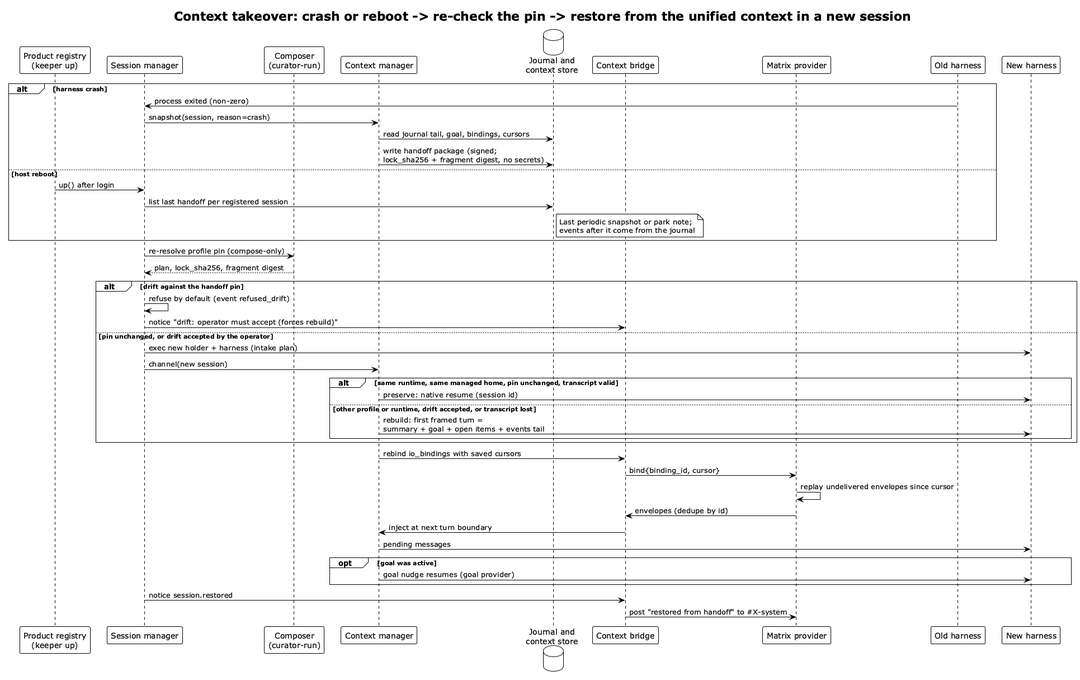
Earlier version of the PlantUML export diagrams/artefacts/plantuml/context-takeover.png (relux-works/swarm-platform-architecture).
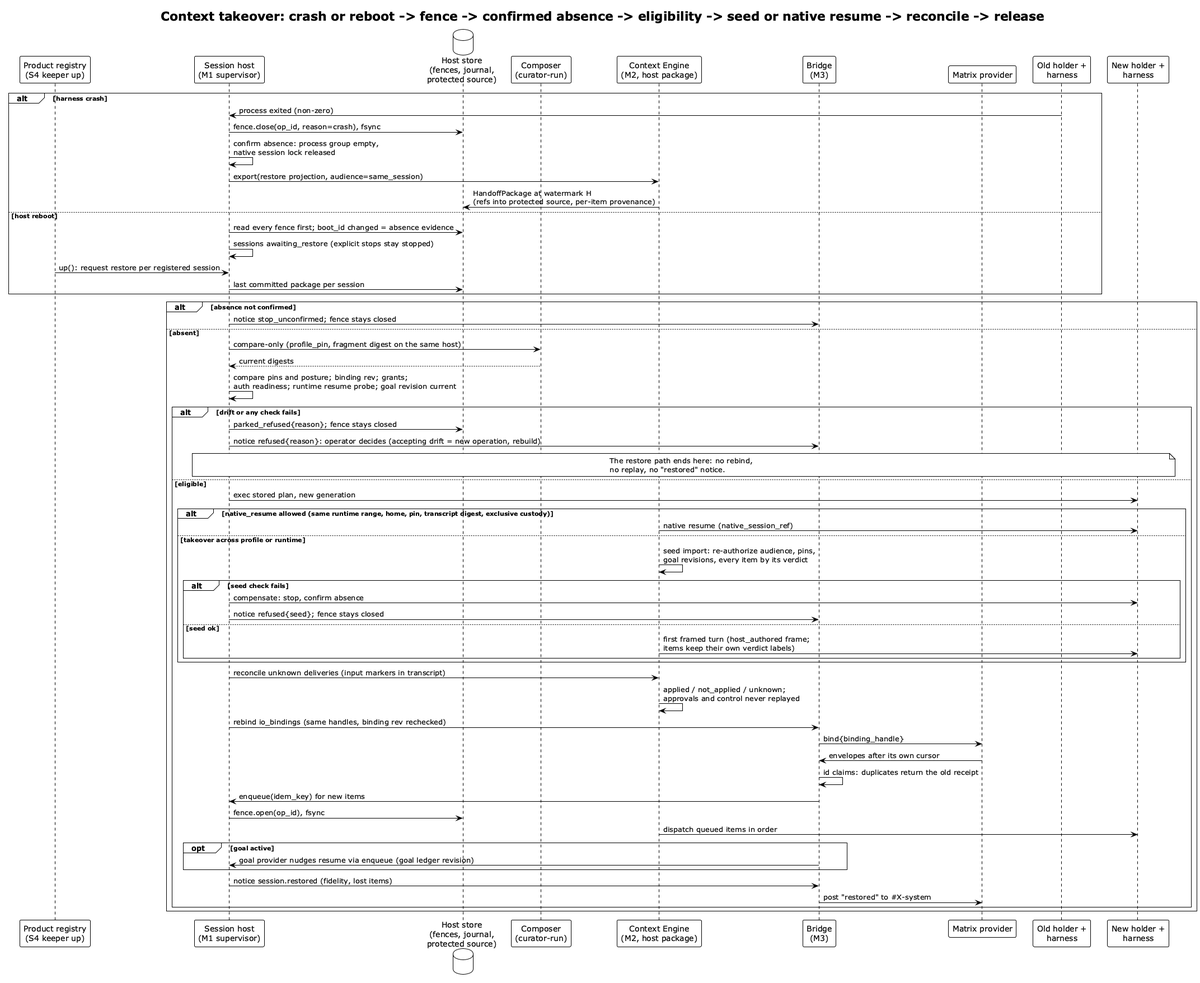
The same diagram one commit later.

What changed in the source:
```diff
@@ -1,55 +1,70 @@
 @startuml context-takeover
 !theme plain
-title Context takeover: crash or reboot -> re-check the pin -> restore from the unified context in a new session
+title Context takeover: crash or reboot -> fence -> confirmed absence -> eligibility -> seed or native resume -> reconcile -> release
 
-participant "Product registry\n(keeper up)" as Reg
-participant "Session manager" as SM
+participant "Product registry\n(S4 keeper up)" as Reg
+participant "Session host\n(M1 supervisor)" as SH
+database "Host store\n(fences, journal,\nprotected source)" as HS
 participant "Composer\n(curator-run)" as C
-participant "Context manager" as CM
-database "Journal and\ncontext store" as JS
-participant "Context bridge" as BR
+participant "Context Engine\n(M2, host package)" as CE
+participant "Bridge\n(M3)" as BR
 participant "Matrix provider" as MP
-participant "Old harness" as H1
-participant "New harness" as H2
+participant "Old holder +\nharness" as H1
+participant "New holder +\nharness" as H2
 
 alt harness crash
-  H1 -> SM: process exited (non-zero)
-  SM -> CM: snapshot(session, reason=crash)
-  CM -> JS: read journal tail, goal, bindings, cursors
-  CM -> JS: write handoff package (signed;\nlock_sha256 + fragment digest, no secrets)
+  H1 -> SH: process exited (non-zero)
+  SH -> HS: fence.close(op_id, reason=crash), fsync
+  SH -> SH: confirm absence: process group empty,\nnative session lock released
+  SH -> CE: export(restore projection, audience=same_session)
+  CE -> HS: HandoffPackage at watermark H\n(refs into protected source, per-item provenance)
 else host reboot
-  Reg -> SM: up() after login
-  SM -> JS: list last handoff per registered session
-  note right of JS
-    Last periodic snapshot or park note;
-    events after it come from the journal
-  end note
+  SH -> HS: read every fence first; boot_id changed = absence evidence
+  SH -> SH: sessions awaiting_restore (explicit stops stay stopped)
+  Reg -> SH: up(): request restore per registered session
+  SH -> HS: last committed package per session
 end
 
-SM -> C: re-resolve profile pin (compose-only)
-C --> SM: plan, lock_sha256, fragment digest
-alt drift against the handoff pin
-  SM -> SM: refuse by default (event refused_drift)
-  SM -> BR: notice "drift: operator must accept (forces rebuild)"
-else pin unchanged, or drift accepted by the operator
-  SM -> H2: exec new holder + harness (intake plan)
-  SM -> CM: channel(new session)
-  alt same runtime, same managed home, pin unchanged, transcript valid
-    CM -> H2: preserve: native resume (session id)
-  else other profile or runtime, drift accepted, or transcript lost
-    CM -> H2: rebuild: first framed turn =\nsummary + goal + open items + events tail
+alt absence not confirmed
+  SH -> BR: notice stop_unconfirmed; fence stays closed
+else absent
+  SH -> C: compare-only (profile_pin, fragment digest on the same host)
+  C --> SH: current digests
+  SH -> SH: compare pins and posture; binding rev; grants;\nauth readiness; runtime resume probe; goal revision current
+  alt drift or any check fails
+    SH -> HS: parked_refused{reason}; fence stays closed
+    SH -> BR: notice refused{reason}: operator decides (accepting drift = new operation, rebuild)
+    note over SH, H2
+      The restore path ends here: no rebind,
+      no replay, no "restored" notice.
+    end note
+  else eligible
+    SH -> H2: exec stored plan, new generation
+    alt native_resume allowed (same runtime range, home, pin, transcript digest, exclusive custody)
+      CE -> H2: native resume (native_session_ref)
+    else takeover across profile or runtime
+      CE -> CE: seed import: re-authorize audience, pins,\ngoal revisions, every item by its verdict
+      alt seed check fails
+        SH -> H2: compensate: stop, confirm absence
+        SH -> BR: notice refused{seed}; fence stays closed
+      else seed ok
+        CE -> H2: first framed turn (host_authored frame;\nitems keep their own verdict labels)
+      end
+    end
+    SH -> CE: reconcile unknown deliveries (input markers in transcript)
+    CE -> CE: applied / not_applied / unknown;\napprovals and control never replayed
+    SH -> BR: rebind io_bindings (same handles, binding rev rechecked)
+    BR -> MP: bind{binding_handle}
+    MP -> BR: envelopes after its own cursor
+    BR -> BR: id claims: duplicates return the old receipt
+    BR -> SH: enqueue(idem_key) for new items
+    SH -> HS: fence.open(op_id), fsync
+    CE -> H2: dispatch queued items in order
+    opt goal active
+      BR -> SH: goal provider nudges resume via enqueue (goal ledger revision)
+    end
+    SH -> BR: notice session.restored (fidelity, lost items)
+    BR -> MP: post "restored" to #X-system
   end
 end
-
-CM -> BR: rebind io_bindings with saved cursors
-BR -> MP: bind{binding_id, cursor}
-MP -> MP: replay undelivered envelopes since cursor
-MP -> BR: envelopes (dedupe by id)
-BR -> CM: inject at next turn boundary
-CM -> H2: pending messages
-opt goal was active
-  CM -> H2: goal nudge resumes (goal provider)
-end
-SM -> BR: notice session.restored
-BR -> MP: post "restored from handoff" to #X-system
 @enduml
```
